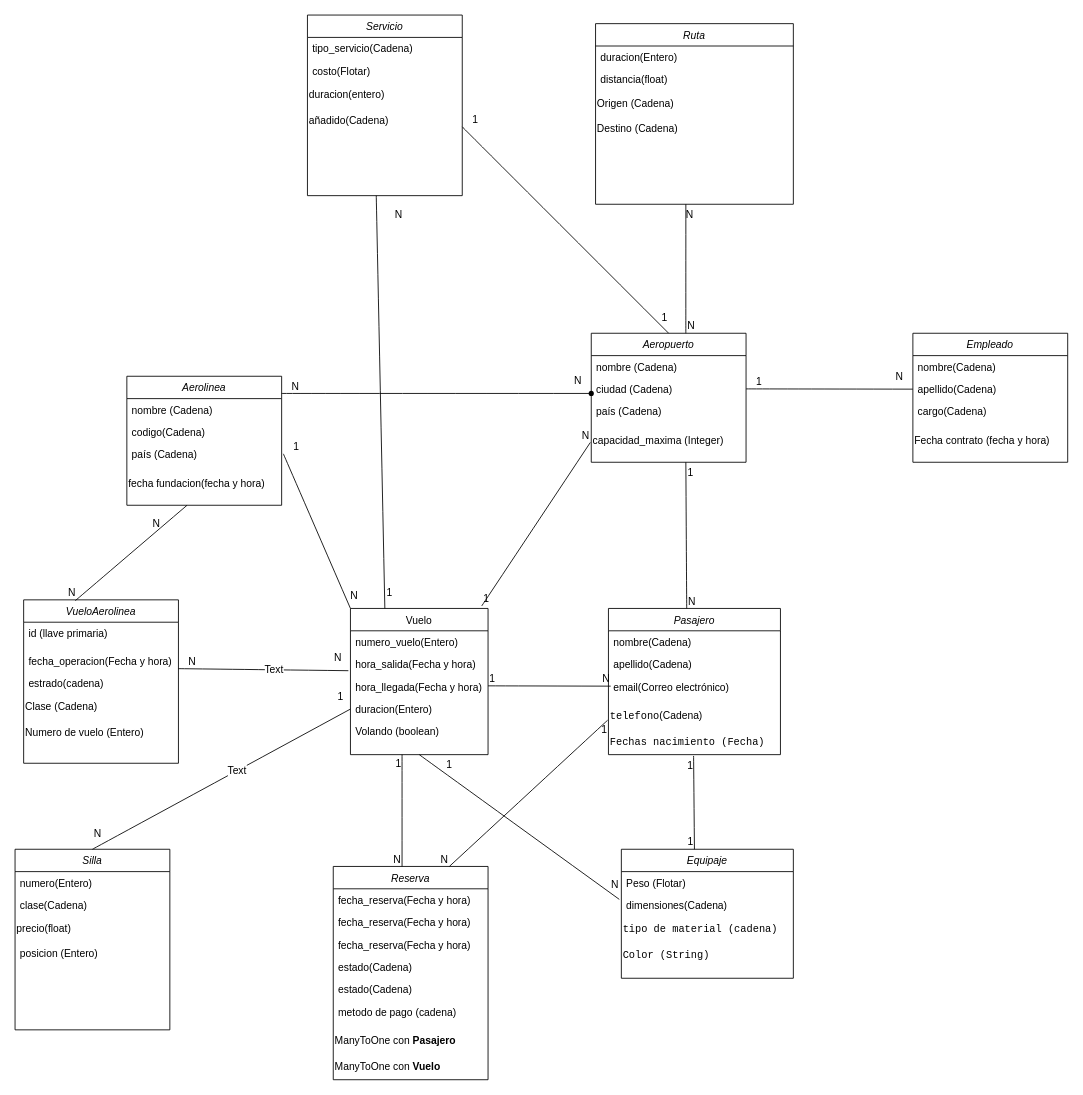
Above: proyecto/Diagrama apaeropuerto.drawio in Macandrio/entrega_de_trabajos (draw.io), before the change. Source tidied: cells renumbered, new cells numbered last; positions are measured from the earlier drawing's top-left corner, leaving out a move shared by most shapes. Both pictures are drawn from the tidied source at 86%, with x=0, y=0 at pixel (15, 15).
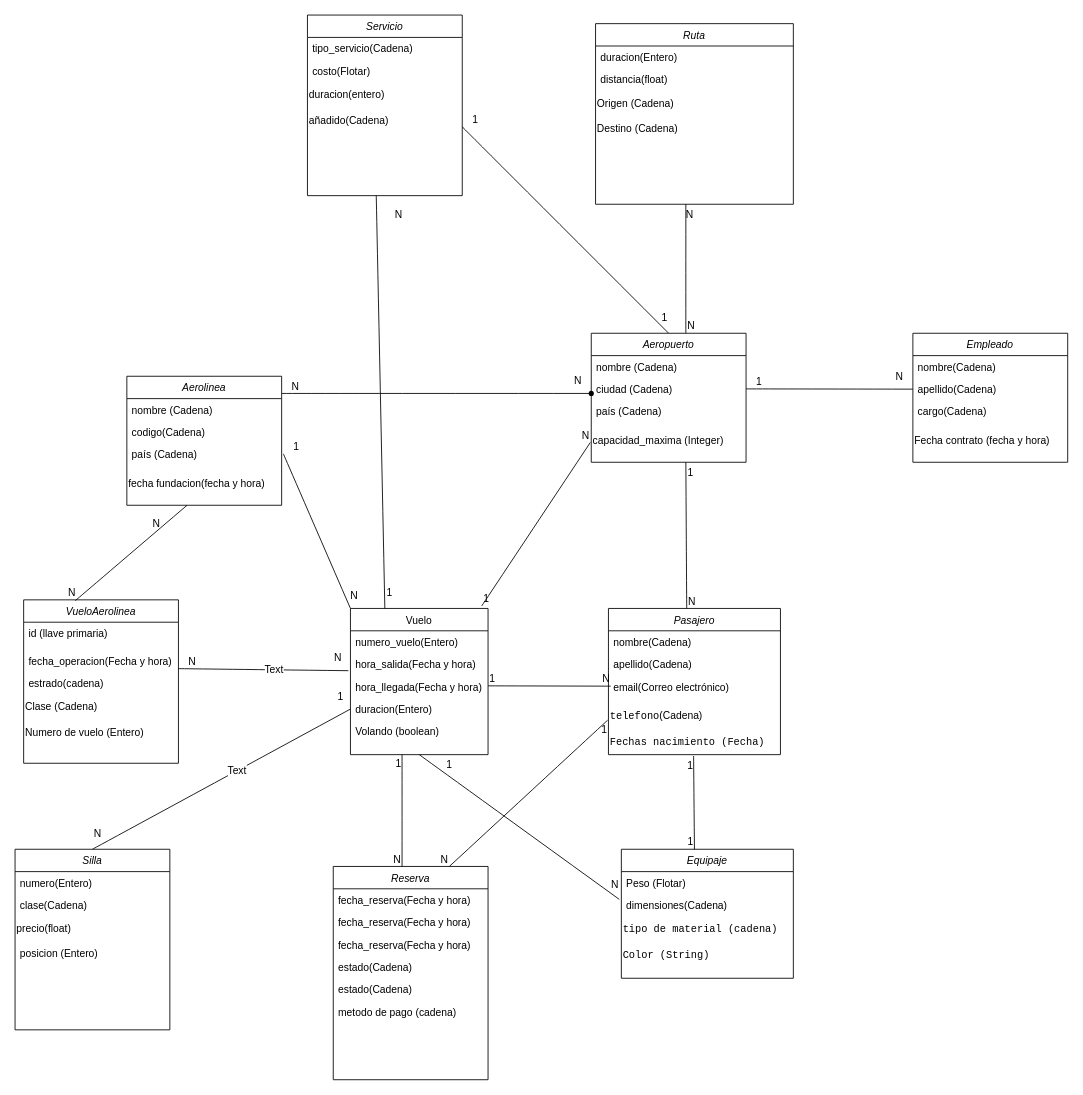
After the change.

The change refers to these unchanged cells:
```xml
<mxCell id="38" value="Reserva" style="swimlane;fontStyle=2;align=center;verticalAlign=top;horizontal=1;startSize=26;rounded=0;shadow=0;strokeWidth=1;" parent="1" vertex="1">
  <mxGeometry x="370" y="990" width="180" height="248" as="geometry" />
</mxCell>
```

The edit, as a diff of the source:
```diff
@@
-    <mxCell id="45" value="ManyToOne con &lt;strong&gt;Pasajero&lt;/strong&gt;" style="text;html=1;align=left;verticalAlign=middle;strokeColor=none;fillColor=none;" parent="38" vertex="1">
-      <mxGeometry y="188" width="180" height="30" as="geometry" />
-    </mxCell>
-    <mxCell id="46" value="ManyToOne con &lt;strong&gt;Vuelo&lt;/strong&gt;" style="text;html=1;align=left;verticalAlign=middle;strokeColor=none;fillColor=none;" parent="38" vertex="1">
-      <mxGeometry y="218" width="180" height="30" as="geometry" />
-    </mxCell>
```
